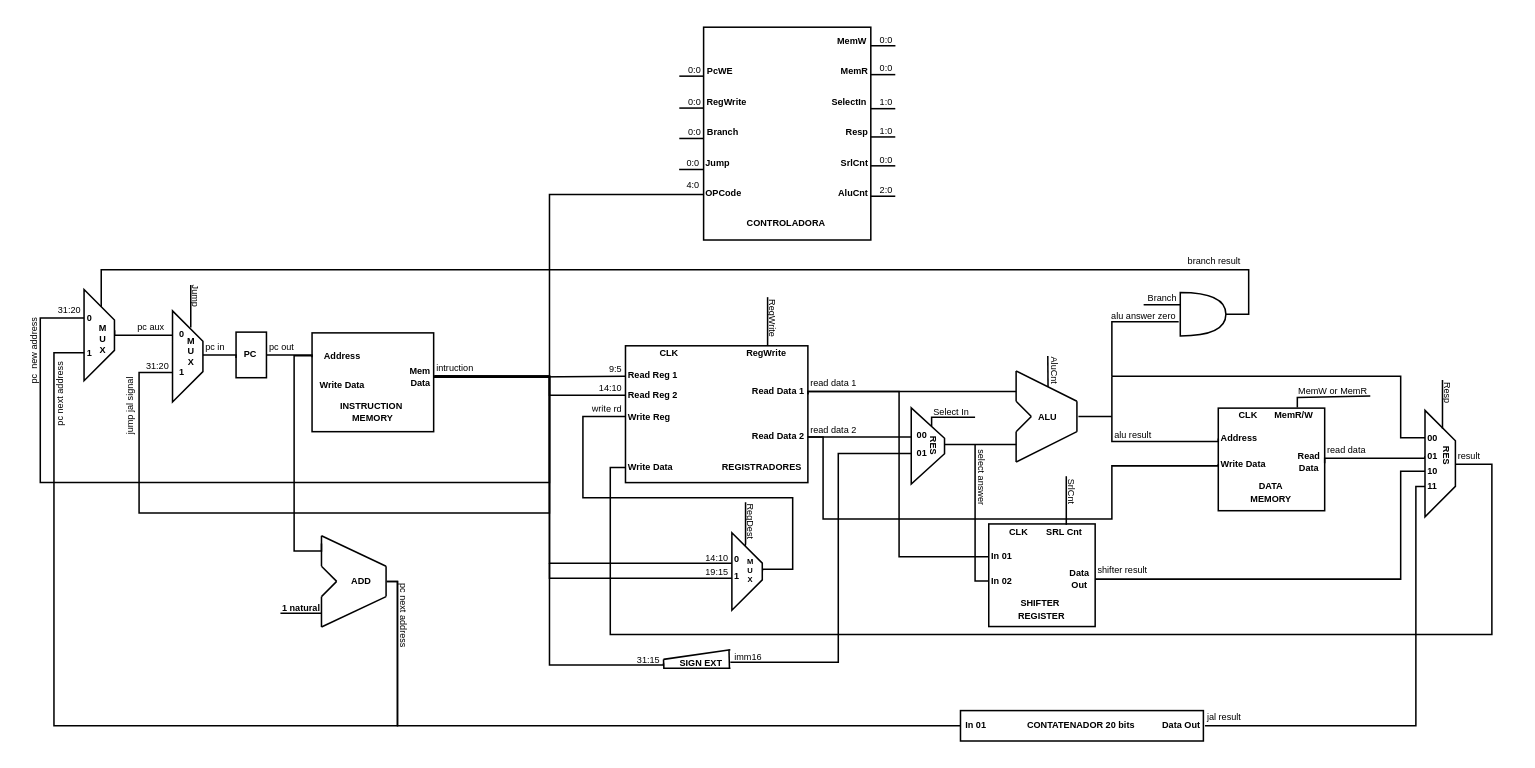
RodolfoLessa/risc-v_basead_CPU keeps this draw.io diagram as Data Path.drawio. Above is the earlier version. Source tidied: cells renumbered, new cells numbered last; positions are measured from the earlier drawing's top-left corner, leaving out a move shared by most shapes. Both pictures are drawn from the tidied source at 152%, with x=0, y=0 at pixel (-6, 26).
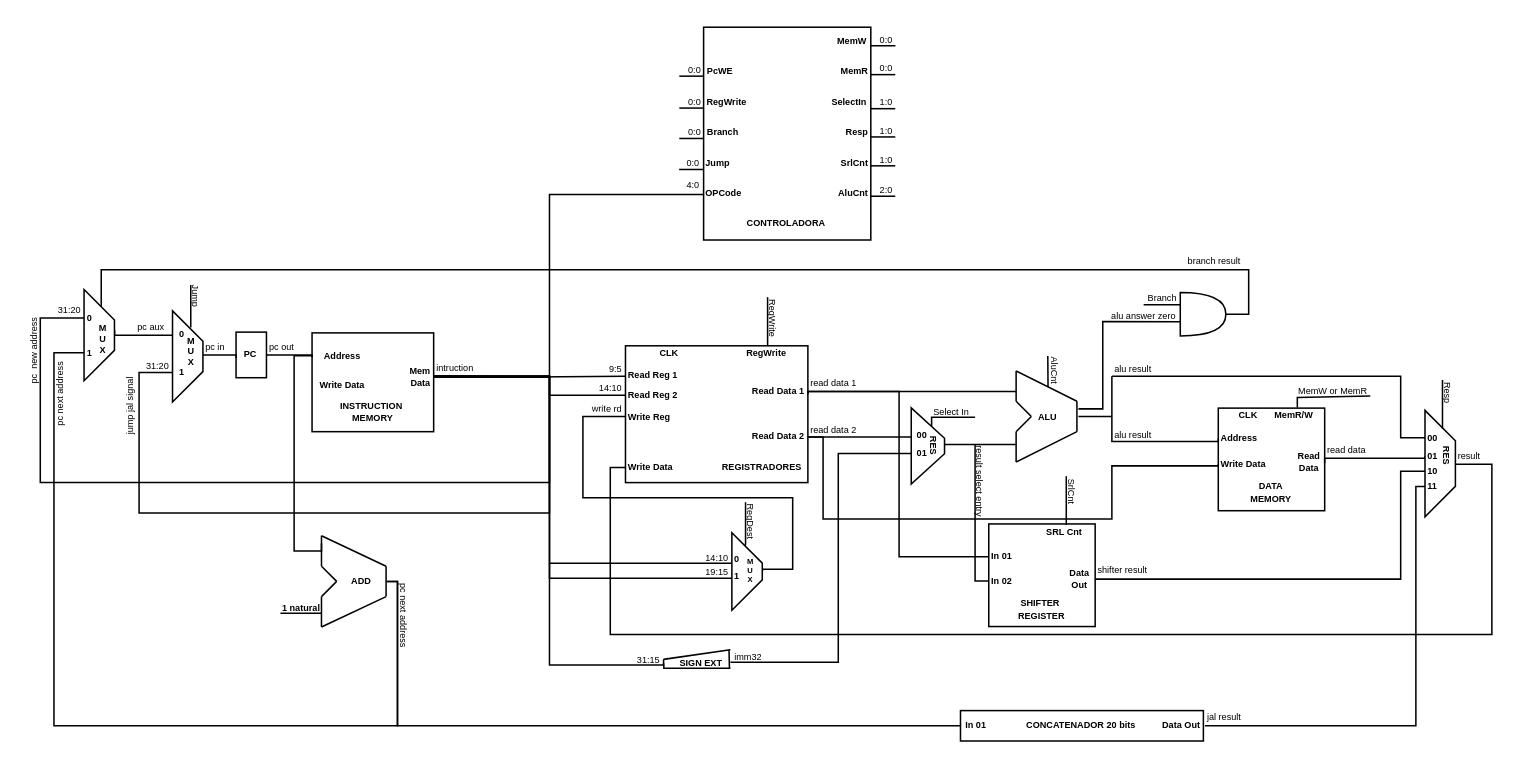
After the change.

Commit message:
Modificando bloco shifter.drawio

The change refers to these unchanged cells:
```xml
<mxCell id="58" style="shape=or;whiteSpace=wrap;html=1;" parent="1" vertex="1">
  <mxGeometry x="780" y="175" width="30" height="28.5" as="geometry" />
</mxCell>
<mxCell id="84" value="ALU" style="text;html=1;strokeColor=none;fillColor=none;align=center;verticalAlign=middle;whiteSpace=wrap;rounded=0;fontSize=6;fontStyle=1;" parent="75" vertex="1">
  <mxGeometry x="1" y="20" width="40" height="20" as="geometry" />
</mxCell>
<mxCell id="114" value="In 02" style="text;html=1;strokeColor=none;fillColor=none;align=left;verticalAlign=middle;whiteSpace=wrap;rounded=0;fontSize=6;fontStyle=1;" parent="1" vertex="1">
  <mxGeometry x="654" y="354.8" width="40" height="20" as="geometry" />
</mxCell>
```

Diff of the diagram source:
```diff
@@
-    <mxCell id="113" style="edgeStyle=orthogonalEdgeStyle;shape=connector;rounded=0;jettySize=auto;html=1;labelBackgroundColor=default;strokeColor=default;fontFamily=Helvetica;fontSize=11;fontColor=default;endArrow=none;endFill=0;entryX=1.02;entryY=0.022;entryDx=0;entryDy=0;entryPerimeter=0;" parent="1" edge="1" source="114" target="188">
+    <mxCell id="113" style="edgeStyle=orthogonalEdgeStyle;shape=connector;rounded=0;jettySize=auto;html=1;labelBackgroundColor=default;strokeColor=default;fontFamily=Helvetica;fontSize=11;fontColor=default;endArrow=none;endFill=0;" parent="1" edge="1" source="114">
       <mxGeometry relative="1" as="geometry">
+        <mxPoint x="645" y="275" as="targetPoint" />
         <Array as="points">
           <mxPoint x="645" y="365" />
         </Array>
       </mxGeometry>
     </mxCell>
@@
-    <mxCell id="116" value="CLK" style="text;html=1;strokeColor=none;fillColor=none;align=center;verticalAlign=middle;whiteSpace=wrap;rounded=0;fontSize=6;fontStyle=1;" parent="1" vertex="1">
-      <mxGeometry x="654" y="327.8" width="40" height="9.5" as="geometry" />
-    </mxCell>
@@
-    <mxCell id="132" value="imm16" style="text;html=1;strokeColor=none;fillColor=none;align=left;verticalAlign=middle;whiteSpace=wrap;rounded=0;fontSize=6;" parent="1" vertex="1">
+    <mxCell id="132" value="imm32" style="text;html=1;strokeColor=none;fillColor=none;align=left;verticalAlign=middle;whiteSpace=wrap;rounded=0;fontSize=6;" parent="1" vertex="1">
       <mxGeometry x="484.5" y="410" width="41" height="9.5" as="geometry" />
     </mxCell>
-    <mxCell id="133" style="edgeStyle=orthogonalEdgeStyle;shape=connector;rounded=0;jettySize=auto;html=1;entryX=-0.035;entryY=0.673;entryDx=0;entryDy=0;entryPerimeter=0;labelBackgroundColor=default;strokeColor=default;fontFamily=Helvetica;fontSize=11;fontColor=default;endArrow=none;endFill=0;" parent="1" edge="1" target="58">
+    <mxCell id="133" style="edgeStyle=orthogonalEdgeStyle;shape=connector;rounded=0;jettySize=auto;html=1;entryX=-0.001;entryY=0.671;entryDx=0;entryDy=0;entryPerimeter=0;labelBackgroundColor=default;strokeColor=default;fontFamily=Helvetica;fontSize=11;fontColor=default;endArrow=none;endFill=0;exitX=1;exitY=0.25;exitDx=0;exitDy=0;" parent="1" edge="1" source="84" target="58">
       <mxGeometry relative="1" as="geometry">
-        <mxPoint x="735" y="230" as="sourcePoint" />
         <Array as="points">
-          <mxPoint x="735" y="194" />
+          <mxPoint x="729" y="251" />
+          <mxPoint x="729" y="194" />
         </Array>
       </mxGeometry>
     </mxCell>
@@
-    <mxCell id="151" value="0:0" style="text;html=1;strokeColor=none;fillColor=none;align=right;verticalAlign=middle;whiteSpace=wrap;rounded=0;fontSize=6;direction=west;rotation=0;" parent="1" vertex="1">
+    <mxCell id="151" value="1:0" style="text;html=1;strokeColor=none;fillColor=none;align=right;verticalAlign=middle;whiteSpace=wrap;rounded=0;fontSize=6;direction=west;rotation=0;" parent="1" vertex="1">
       <mxGeometry x="576.6" y="84.4" width="16" height="7.2" as="geometry" />
     </mxCell>
@@
-    <mxCell id="175" value="CONTATENADOR 20 bits" style="rounded=0;whiteSpace=wrap;html=1;fontFamily=Helvetica;fontSize=6;fontColor=default;fontStyle=1;" parent="1" vertex="1">
+    <mxCell id="175" value="CONCATENADOR 20 bits" style="rounded=0;whiteSpace=wrap;html=1;fontFamily=Helvetica;fontSize=6;fontColor=default;fontStyle=1;" parent="1" vertex="1">
       <mxGeometry x="635.4" y="450" width="159.8" height="20" as="geometry" />
     </mxCell>
@@
-    <mxCell id="188" value="select answer" style="text;html=1;strokeColor=none;fillColor=none;align=left;verticalAlign=middle;whiteSpace=wrap;rounded=0;fontSize=6;direction=west;rotation=90;" parent="1" vertex="1">
-      <mxGeometry x="624.9" y="296" width="49.3" height="9.5" as="geometry" />
+    <mxCell id="188" value="result select entry" style="text;html=1;strokeColor=none;fillColor=none;align=left;verticalAlign=middle;whiteSpace=wrap;rounded=0;fontSize=6;direction=west;rotation=90;" parent="1" vertex="1">
+      <mxGeometry x="618.5" y="300.2" width="58.1" height="4.5" as="geometry" />
     </mxCell>
@@
+    <mxCell id="195" value="alu result" style="text;html=1;strokeColor=none;fillColor=none;align=left;verticalAlign=middle;whiteSpace=wrap;rounded=0;fontSize=6;" parent="1" vertex="1">
+      <mxGeometry x="735" y="220.8" width="35" height="9.5" as="geometry" />
+    </mxCell>
```
